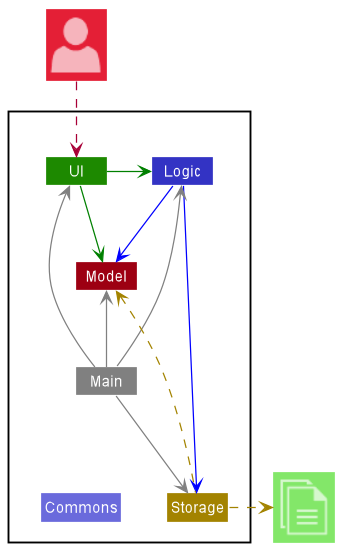
Above: docs/images/ArchitectureDiagram.png in nus-cs2103-AY2122S1/ip (PlantUML), before the change. Its diagram source:
```plantuml
@startuml
!include <office/Concepts/globe_internet>
!include <office/Concepts/documents>
!include <office/Users/user>
!include style.puml

Package " "<<Rectangle>>{
    Class UI UI_COLOR
    Class Logic LOGIC_COLOR
    Class Storage STORAGE_COLOR
    Class Model MODEL_COLOR
    Class Main #grey
    Class Commons LOGIC_COLOR_T2
}

Class "<$user>" as User MODEL_COLOR_T2
Class "<$documents>" as File UI_COLOR_T1


UI -[#green]> Logic
UI -right[#green]-> Model
Logic -[#blue]-> Storage
Logic -down[#blue]-> Model
Main -[#grey]-> UI
Main -[#grey]-> Logic
Main -[#grey]-> Storage
Main -up[#grey]-> Model
Main -down[hidden]-> Commons

Storage -up[STORAGE_COLOR].> Model
Storage .right[STORAGE_COLOR].>File
User ..> UI
@enduml
```
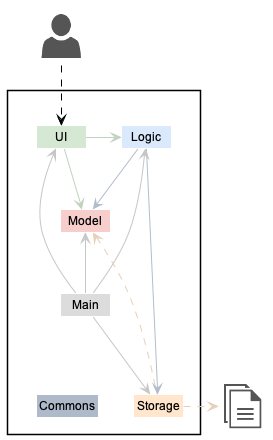
After the change.

Diff of the diagram source:
```diff
@@ -9,25 +9,25 @@
     Class Logic LOGIC_COLOR
     Class Storage STORAGE_COLOR
     Class Model MODEL_COLOR
-    Class Main #grey
+    Class Main #dcdcdc
     Class Commons LOGIC_COLOR_T2
 }
 
-Class "<$user>" as User MODEL_COLOR_T2
-Class "<$documents>" as File UI_COLOR_T1
+Class "<$user>" as User #FFFFFF
+Class "<$documents>" as File #FFFFFF
 
 
-UI -[#green]> Logic
-UI -right[#green]-> Model
-Logic -[#blue]-> Storage
-Logic -down[#blue]-> Model
-Main -[#grey]-> UI
-Main -[#grey]-> Logic
-Main -[#grey]-> Storage
-Main -up[#grey]-> Model
+UI -[UI_COLOR_T1]> Logic
+UI -right[UI_COLOR_T1]-> Model
+Logic -[LOGIC_COLOR_T1]-> Storage
+Logic -down[LOGIC_COLOR_T1]-> Model
+Main -[MAIN_COLOR_T1]-> UI
+Main -[MAIN_COLOR_T1]-> Logic
+Main -[MAIN_COLOR_T1]-> Storage
+Main -up[MAIN_COLOR_T1]-> Model
 Main -down[hidden]-> Commons
 
-Storage -up[STORAGE_COLOR].> Model
-Storage .right[STORAGE_COLOR].>File
-User ..> UI
+Storage -up[STORAGE_COLOR_T1].> Model
+Storage .right[STORAGE_COLOR_T1].>File
+User .down.> UI
 @enduml
```
